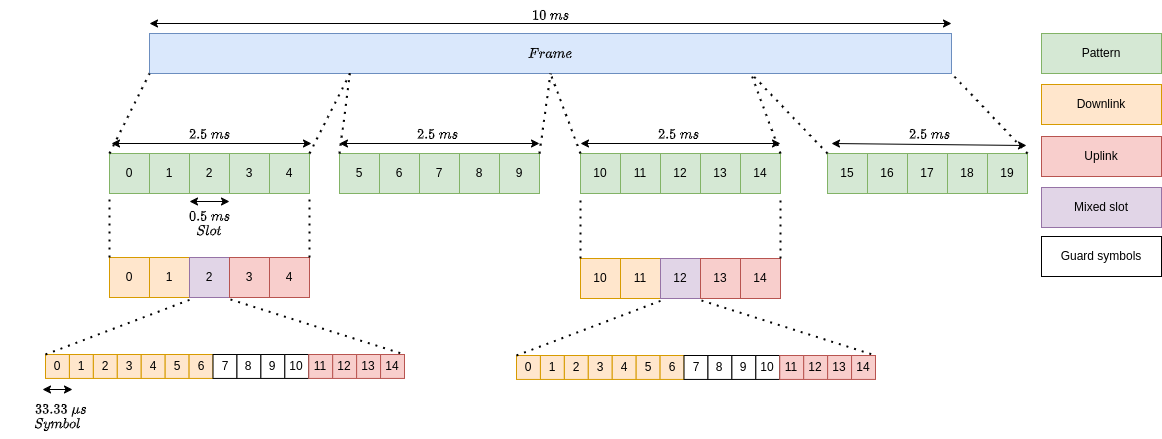
This is vmsetup/resources/tdd_pattern_2.png from RajeevGa/ieee_ants2024_oai_tutorial, a draw.io export, as it was before one commit. Source tidied: cells renumbered, new cells last; positions are measured from the earlier drawing's top-left corner, leaving out a move shared by most shapes.
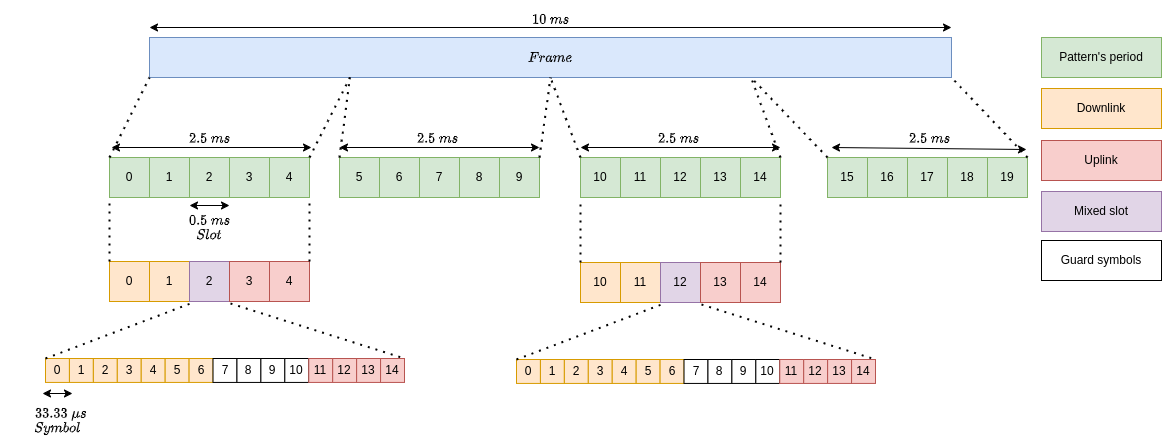
The same diagram one commit later.

The edit, as a diff of the source:
```diff
@@ -201,7 +201,7 @@
     <mxCell id="61" style="endArrow=none;dashed=1;html=1;dashPattern=1 3;strokeWidth=2;rounded=0;entryX=1;entryY=1;entryDx=0;entryDy=0;exitX=1;exitY=0;exitDx=0;exitDy=0;" parent="1" edge="1" source="39" target="11">
       <mxGeometry relative="1" as="geometry" />
     </mxCell>
-    <mxCell id="62" value="Pattern" style="rounded=0;whiteSpace=wrap;html=1;fillColor=#d5e8d4;strokeColor=#82b366;" parent="1" vertex="1">
+    <mxCell id="62" value="Pattern's period" style="rounded=0;whiteSpace=wrap;html=1;fillColor=#d5e8d4;strokeColor=#82b366;" parent="1" vertex="1">
       <mxGeometry x="1041" y="33" width="120" height="40" as="geometry" />
     </mxCell>
     <mxCell id="63" value="Downlink" style="rounded=0;whiteSpace=wrap;html=1;fillColor=#ffe6cc;strokeColor=#d79b00;" parent="1" vertex="1">
```
